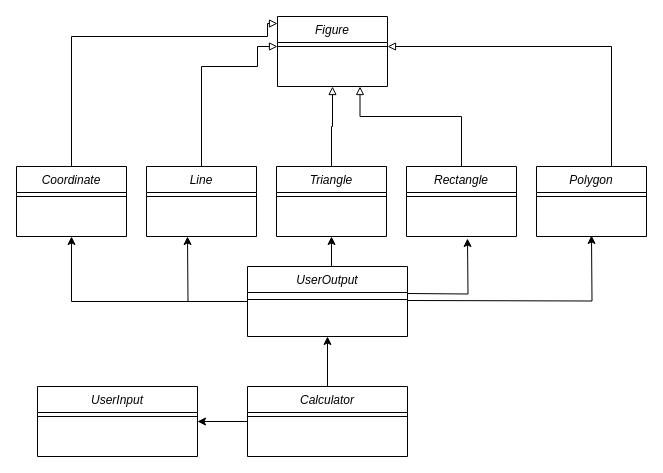
The draw.io diagram page "Page-2" (2 of 2) of Untitled Diagram.drawio in ikjo93/Class-Diagram, before the edit. Source tidied: cells renumbered, new cells numbered last; positions are measured from the earlier drawing's top-left corner, leaving out a move shared by most shapes. Both pictures are drawn from the tidied source at 100%, with x=0, y=0 at pixel (16, 16).
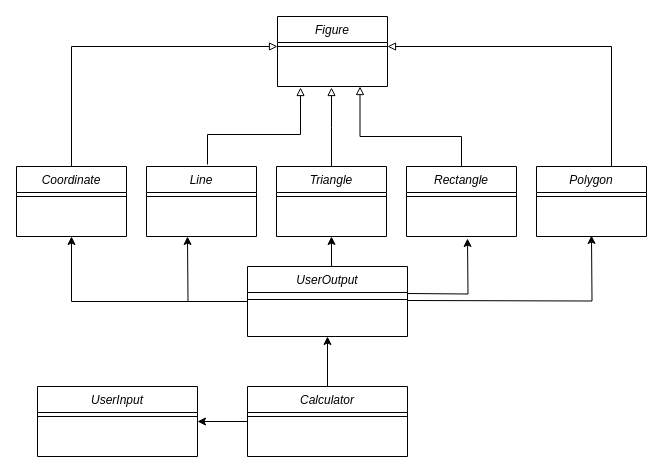
The same page after the edit.

Unchanged cells that the change refers to:
```xml
<mxCell id="16" value="Coordinate" style="swimlane;fontStyle=2;align=center;verticalAlign=top;horizontal=1;startSize=26;rounded=0;shadow=0;strokeWidth=1;" parent="1" vertex="1">
  <mxGeometry y="150" width="110" height="70" as="geometry" />
</mxCell>
<mxCell id="19" value="Line" style="swimlane;fontStyle=2;align=center;verticalAlign=top;horizontal=1;startSize=26;rounded=0;shadow=0;strokeWidth=1;" parent="1" vertex="1">
  <mxGeometry x="130" y="150" width="110" height="70" as="geometry" />
</mxCell>
<mxCell id="22" value="Triangle" style="swimlane;fontStyle=2;align=center;verticalAlign=top;horizontal=1;startSize=26;rounded=0;shadow=0;strokeWidth=1;" parent="1" vertex="1">
  <mxGeometry x="260" y="150" width="110" height="70" as="geometry" />
</mxCell>
<mxCell id="25" value="Rectangle" style="swimlane;fontStyle=2;align=center;verticalAlign=top;horizontal=1;startSize=26;rounded=0;shadow=0;strokeWidth=1;" parent="1" vertex="1">
  <mxGeometry x="390" y="150" width="110" height="70" as="geometry" />
</mxCell>
<mxCell id="30" value="Figure" style="swimlane;fontStyle=2;align=center;verticalAlign=top;horizontal=1;startSize=26;rounded=0;shadow=0;strokeWidth=1;" parent="1" vertex="1">
  <mxGeometry x="261" width="110" height="70" as="geometry" />
</mxCell>
<mxCell id="31" style="line;html=1;strokeWidth=1;align=left;verticalAlign=middle;spacingTop=-1;spacingLeft=3;spacingRight=3;labelPosition=right;points=[];portConstraint=eastwest;" parent="30" vertex="1">
  <mxGeometry y="26" width="110" height="8" as="geometry" />
</mxCell>
```

Diff of the diagram source:
```diff
@@
-    <mxCell id="15" style="edgeStyle=orthogonalEdgeStyle;rounded=0;jettySize=auto;html=1;entryX=0;entryY=0.1;entryDx=0;entryDy=0;entryPerimeter=0;endArrow=block;endFill=0;" parent="1" edge="1" source="16" target="30">
-      <mxGeometry relative="1" as="geometry">
-        <Array as="points">
-          <mxPoint x="55" y="20" />
-          <mxPoint x="251" y="20" />
-          <mxPoint x="251" y="7" />
-        </Array>
-      </mxGeometry>
-    </mxCell>
+    <mxCell id="32" style="edgeStyle=orthogonalEdgeStyle;rounded=0;jettySize=auto;html=1;endArrow=block;endFill=0;entryX=0;entryY=0.5;entryDx=0;entryDy=0;entryPerimeter=0;" parent="1" edge="1" source="16" target="31">
+      <mxGeometry relative="1" as="geometry" />
+    </mxCell>
@@
-    <mxCell id="18" style="edgeStyle=orthogonalEdgeStyle;rounded=0;jettySize=auto;html=1;endArrow=block;endFill=0;entryX=0;entryY=0.5;entryDx=0;entryDy=0;entryPerimeter=0;" parent="1" edge="1" source="19" target="31">
+    <mxCell id="18" style="edgeStyle=orthogonalEdgeStyle;rounded=0;orthogonalLoop=1;jettySize=auto;html=1;endArrow=block;endFill=0;entryX=0;entryY=0.5;entryDx=0;entryDy=0;entryPerimeter=0;" parent="1" edge="1">
       <mxGeometry relative="1" as="geometry">
+        <mxPoint x="191" y="148" as="sourcePoint" />
+        <mxPoint x="284" y="71" as="targetPoint" />
         <Array as="points">
-          <mxPoint x="185" y="50" />
-          <mxPoint x="241" y="50" />
-          <mxPoint x="241" y="30" />
+          <mxPoint x="191" y="148" />
+          <mxPoint x="191" y="118" />
+          <mxPoint x="284" y="118" />
         </Array>
       </mxGeometry>
     </mxCell>
@@
-    <mxCell id="21" style="edgeStyle=orthogonalEdgeStyle;rounded=0;jettySize=auto;html=1;entryX=0.5;entryY=1;entryDx=0;entryDy=0;endArrow=block;endFill=0;" parent="1" edge="1" source="22" target="30">
-      <mxGeometry relative="1" as="geometry" />
-    </mxCell>
+    <mxCell id="33" style="edgeStyle=orthogonalEdgeStyle;rounded=0;jettySize=auto;html=1;endArrow=block;endFill=0;exitX=0.5;exitY=0;exitDx=0;exitDy=0;" parent="1" edge="1" source="22">
+      <mxGeometry relative="1" as="geometry">
+        <mxPoint x="315" y="71" as="targetPoint" />
+      </mxGeometry>
+    </mxCell>
@@
     <mxCell id="24" style="edgeStyle=orthogonalEdgeStyle;rounded=0;jettySize=auto;html=1;endArrow=block;endFill=0;entryX=0.75;entryY=1;entryDx=0;entryDy=0;" parent="1" edge="1" source="25" target="30">
       <mxGeometry relative="1" as="geometry">
         <Array as="points">
-          <mxPoint x="445" y="100" />
-          <mxPoint x="344" y="100" />
+          <mxPoint x="445" y="120" />
+          <mxPoint x="343" y="120" />
         </Array>
       </mxGeometry>
     </mxCell>
```
